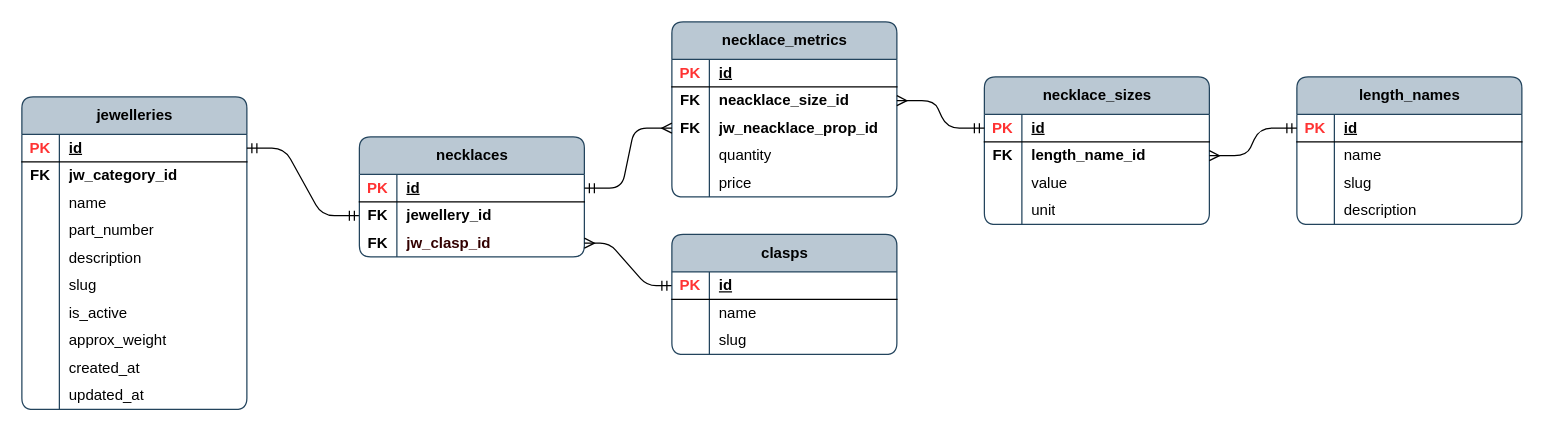
This is page "jw_necklace_props" (11 of 14) of publisher/laravel-app/psql_jewellery_items.drawio from Local-development-environment/msg-brokers-publisher-consumer, a draw.io file, before an edit. Source tidied: cells renumbered, new cells numbered last; positions are measured from the earlier drawing's top-left corner, leaving out a move shared by most shapes. Both pictures are drawn from the tidied source at 125%, with x=0, y=0 at pixel (21, 21).
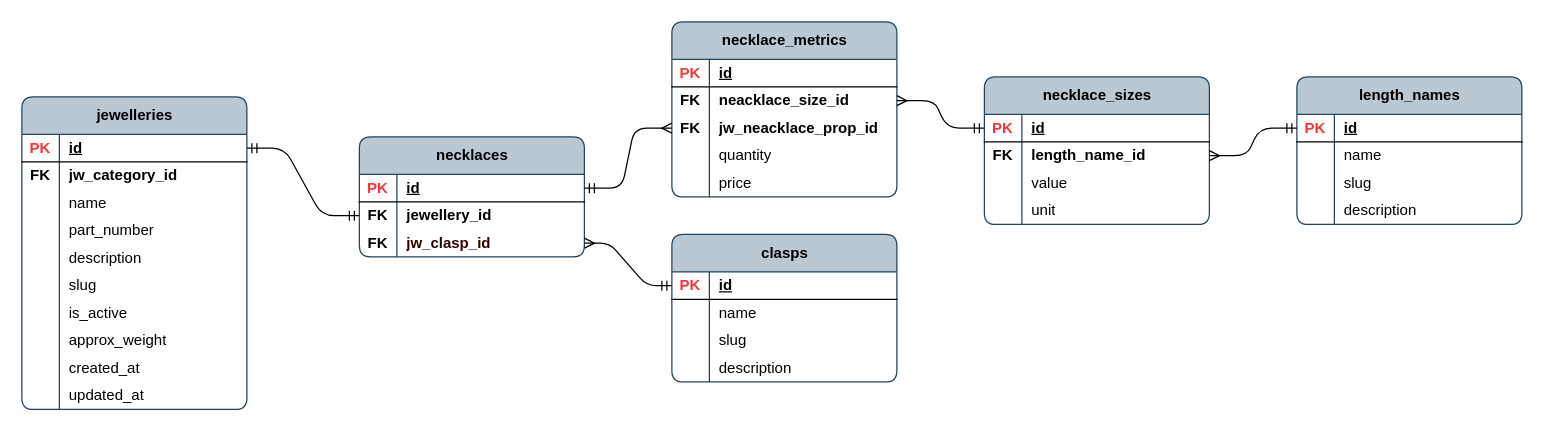
The same page after the edit.

The edit, as a diff of the source:
```diff
@@
     <mxCell id="76" value="clasps" style="shape=table;startSize=30;childLayout=tableLayout;rowLines=0;fontStyle=1;align=center;html=1;rounded=1;swimlaneFillColor=none;fillColor=#bac8d3;strokeColor=#23445d;columnLines=1;arcSize=10;" parent="1" vertex="1">
-      <mxGeometry x="520" y="170" width="180" height="96" as="geometry" />
+      <mxGeometry x="520" y="170" width="180" height="118" as="geometry" />
     </mxCell>
@@
+    <mxCell id="100" style="shape=tableRow;horizontal=0;startSize=0;swimlaneHead=0;swimlaneBody=0;fillColor=none;top=0;left=0;right=0;bottom=0;rounded=0;" parent="76" vertex="1">
+      <mxGeometry y="96" width="180" height="22" as="geometry" />
+    </mxCell>
+    <mxCell id="101" style="shape=partialRectangle;fillColor=none;top=0;left=0;bottom=0;right=0;overflow=hidden;whiteSpace=wrap;html=1;" parent="100" vertex="1">
+      <mxGeometry width="30" height="22" as="geometry" />
+    </mxCell>
+    <mxCell id="102" value="description" style="shape=partialRectangle;fillColor=none;top=0;left=0;bottom=0;right=0;align=left;spacingLeft=6;overflow=hidden;whiteSpace=wrap;html=1;" parent="100" vertex="1">
+      <mxGeometry x="30" width="150" height="22" as="geometry" />
+    </mxCell>
```
